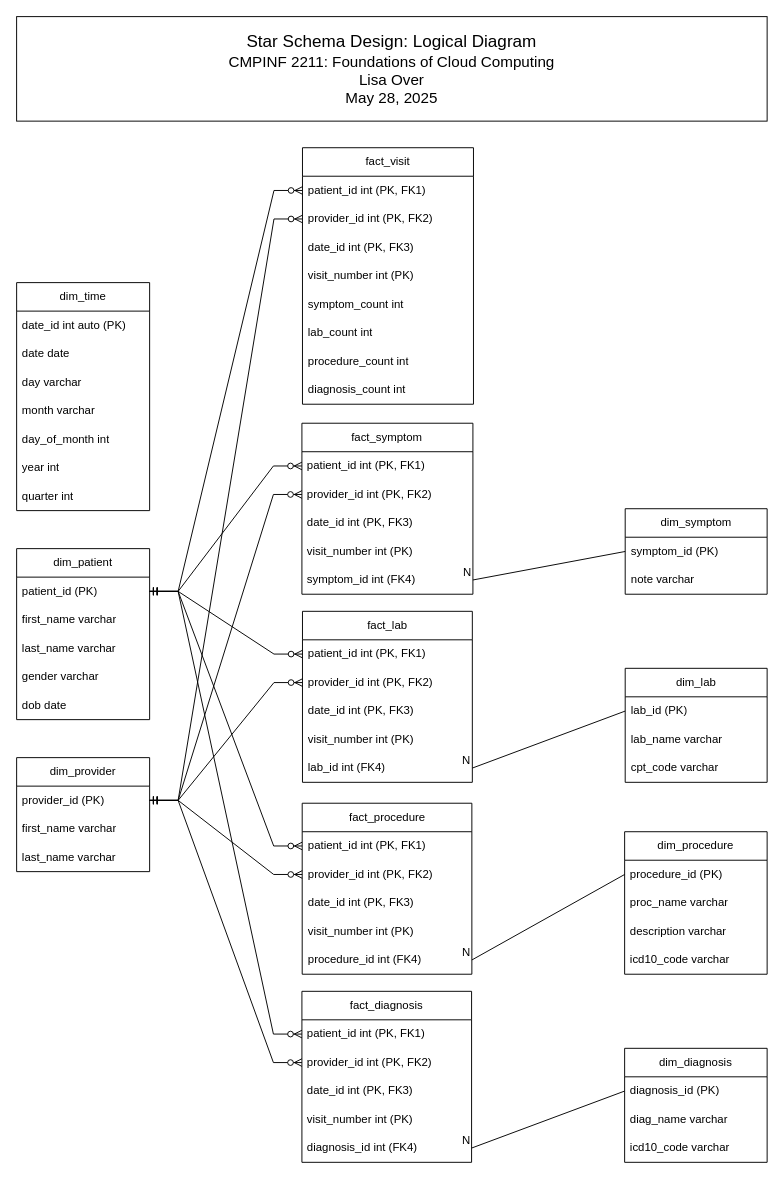
Before: EMR_Star_Schema/emr_star_schema_logic_diagram.drawio in sandbox-lisa/drawio, a draw.io diagram. Source tidied: cells renumbered, new cells numbered last; positions are measured from the earlier drawing's top-left corner, leaving out a move shared by most shapes. Both pictures are drawn from the tidied source at 95%, with x=0, y=0 at pixel (16, 16).
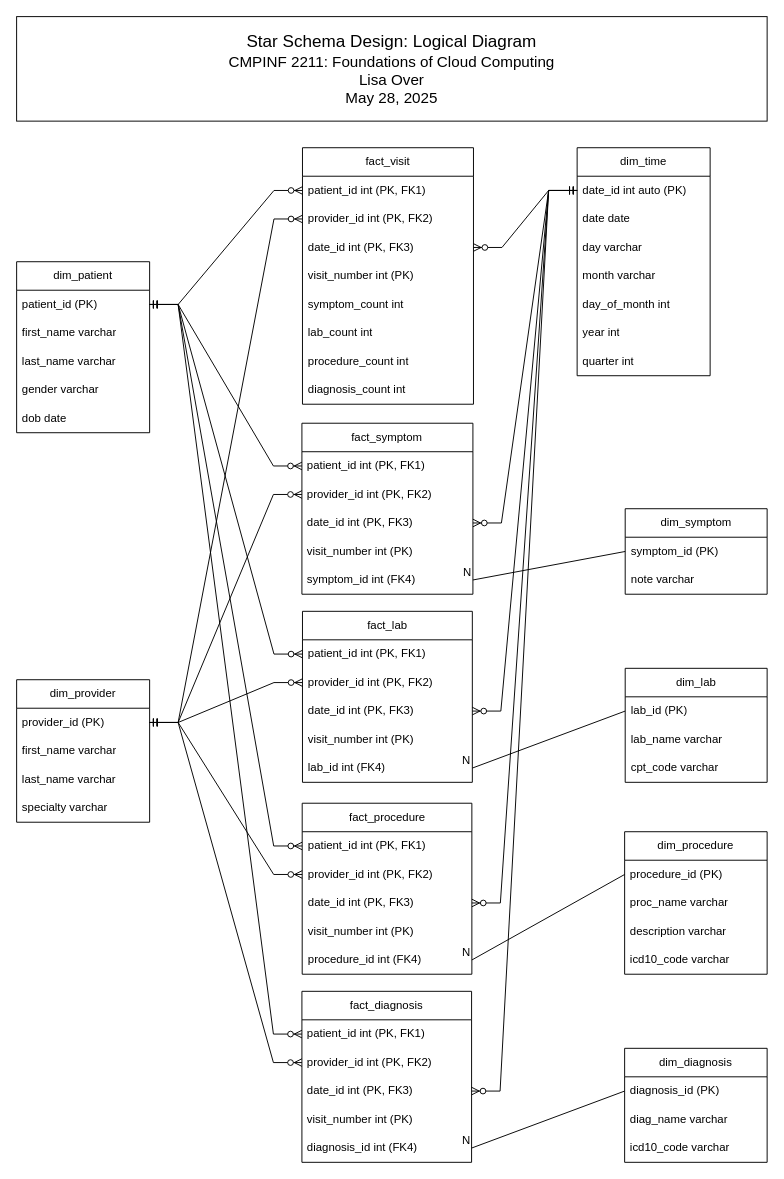
After the change.

The change refers to these unchanged cells:
```xml
<mxCell id="5" value="date_id int (PK, FK3)" style="text;strokeColor=none;fillColor=none;align=left;verticalAlign=middle;spacingLeft=4;spacingRight=4;overflow=hidden;points=[[0,0.5],[1,0.5]];portConstraint=eastwest;whiteSpace=wrap;html=1;" parent="2" vertex="1">
  <mxGeometry y="90" width="180" height="30" as="geometry" />
</mxCell>
<mxCell id="12" value="date_id int auto (PK)" style="text;strokeColor=none;fillColor=none;align=left;verticalAlign=middle;spacingLeft=4;spacingRight=4;overflow=hidden;points=[[0,0.5],[1,0.5]];portConstraint=eastwest;whiteSpace=wrap;html=1;" parent="11" vertex="1">
  <mxGeometry y="30" width="140" height="30" as="geometry" />
</mxCell>
<mxCell id="40" value="date_id int (PK, FK3)" style="text;strokeColor=none;fillColor=none;align=left;verticalAlign=middle;spacingLeft=4;spacingRight=4;overflow=hidden;points=[[0,0.5],[1,0.5]];portConstraint=eastwest;whiteSpace=wrap;html=1;" parent="37" vertex="1">
  <mxGeometry y="90" width="180" height="30" as="geometry" />
</mxCell>
<mxCell id="46" value="date_id int (PK, FK3)" style="text;strokeColor=none;fillColor=none;align=left;verticalAlign=middle;spacingLeft=4;spacingRight=4;overflow=hidden;points=[[0,0.5],[1,0.5]];portConstraint=eastwest;whiteSpace=wrap;html=1;" parent="43" vertex="1">
  <mxGeometry y="90" width="178.6" height="30" as="geometry" />
</mxCell>
<mxCell id="52" value="date_id int (PK, FK3)" style="text;strokeColor=none;fillColor=none;align=left;verticalAlign=middle;spacingLeft=4;spacingRight=4;overflow=hidden;points=[[0,0.5],[1,0.5]];portConstraint=eastwest;whiteSpace=wrap;html=1;" parent="49" vertex="1">
  <mxGeometry y="90" width="178.8" height="30" as="geometry" />
</mxCell>
<mxCell id="58" value="date_id int (PK, FK3)" style="text;strokeColor=none;fillColor=none;align=left;verticalAlign=middle;spacingLeft=4;spacingRight=4;overflow=hidden;points=[[0,0.5],[1,0.5]];portConstraint=eastwest;whiteSpace=wrap;html=1;" parent="55" vertex="1">
  <mxGeometry y="90" width="178.6" height="30" as="geometry" />
</mxCell>
```

Change to the diagram source:
```diff
@@
     <mxCell id="11" value="dim_time" style="swimlane;fontStyle=0;horizontal=1;startSize=30;whiteSpace=wrap;html=1;" parent="1" vertex="1">
-      <mxGeometry y="280" width="140" height="240" as="geometry" />
+      <mxGeometry x="590" y="138" width="140" height="240" as="geometry" />
     </mxCell>
@@
     <mxCell id="19" value="dim_patient" style="swimlane;fontStyle=0;horizontal=1;startSize=30;whiteSpace=wrap;html=1;" parent="1" vertex="1">
-      <mxGeometry y="560" width="140" height="180" as="geometry" />
+      <mxGeometry y="258" width="140" height="180" as="geometry" />
     </mxCell>
@@
     <mxCell id="25" value="dim_provider" style="swimlane;fontStyle=0;horizontal=1;startSize=30;whiteSpace=wrap;html=1;" parent="1" vertex="1">
-      <mxGeometry y="780" width="140" height="120" as="geometry" />
+      <mxGeometry y="698" width="140" height="150" as="geometry" />
     </mxCell>
@@
+    <mxCell id="88" value="specialty varchar" style="text;strokeColor=none;fillColor=none;align=left;verticalAlign=middle;spacingLeft=4;spacingRight=4;overflow=hidden;whiteSpace=wrap;html=1;" parent="25" vertex="1">
+      <mxGeometry y="120" width="140" height="30" as="geometry" />
+    </mxCell>
@@
+    <mxCell id="89" style="edgeStyle=entityRelationEdgeStyle;fontSize=12;html=1;endArrow=ERzeroToMany;startArrow=ERmandOne;rounded=0;entryX=1;entryY=0.5;entryDx=0;entryDy=0;exitX=0;exitY=0.5;exitDx=0;exitDy=0;" parent="1" edge="1" source="12" target="5">
+      <mxGeometry relative="1" as="geometry" />
+    </mxCell>
+    <mxCell id="90" style="edgeStyle=entityRelationEdgeStyle;fontSize=12;html=1;endArrow=ERzeroToMany;startArrow=ERmandOne;rounded=0;exitX=0;exitY=0.5;exitDx=0;exitDy=0;entryX=1;entryY=0.5;entryDx=0;entryDy=0;" parent="1" edge="1" source="12" target="40">
+      <mxGeometry relative="1" as="geometry" />
+    </mxCell>
+    <mxCell id="91" style="edgeStyle=entityRelationEdgeStyle;fontSize=12;html=1;endArrow=ERzeroToMany;startArrow=ERmandOne;rounded=0;exitX=0;exitY=0.5;exitDx=0;exitDy=0;entryX=1;entryY=0.5;entryDx=0;entryDy=0;" parent="1" edge="1" source="12" target="52">
+      <mxGeometry relative="1" as="geometry" />
+    </mxCell>
+    <mxCell id="92" style="edgeStyle=entityRelationEdgeStyle;fontSize=12;html=1;endArrow=ERzeroToMany;startArrow=ERmandOne;rounded=0;exitX=0;exitY=0.5;exitDx=0;exitDy=0;entryX=1;entryY=0.5;entryDx=0;entryDy=0;" parent="1" edge="1" source="12" target="46">
+      <mxGeometry relative="1" as="geometry" />
+    </mxCell>
+    <mxCell id="93" style="edgeStyle=entityRelationEdgeStyle;fontSize=12;html=1;endArrow=ERzeroToMany;startArrow=ERmandOne;rounded=0;entryX=1;entryY=0.5;entryDx=0;entryDy=0;exitX=0;exitY=0.5;exitDx=0;exitDy=0;" parent="1" edge="1" source="12" target="58">
+      <mxGeometry relative="1" as="geometry" />
+    </mxCell>
```
